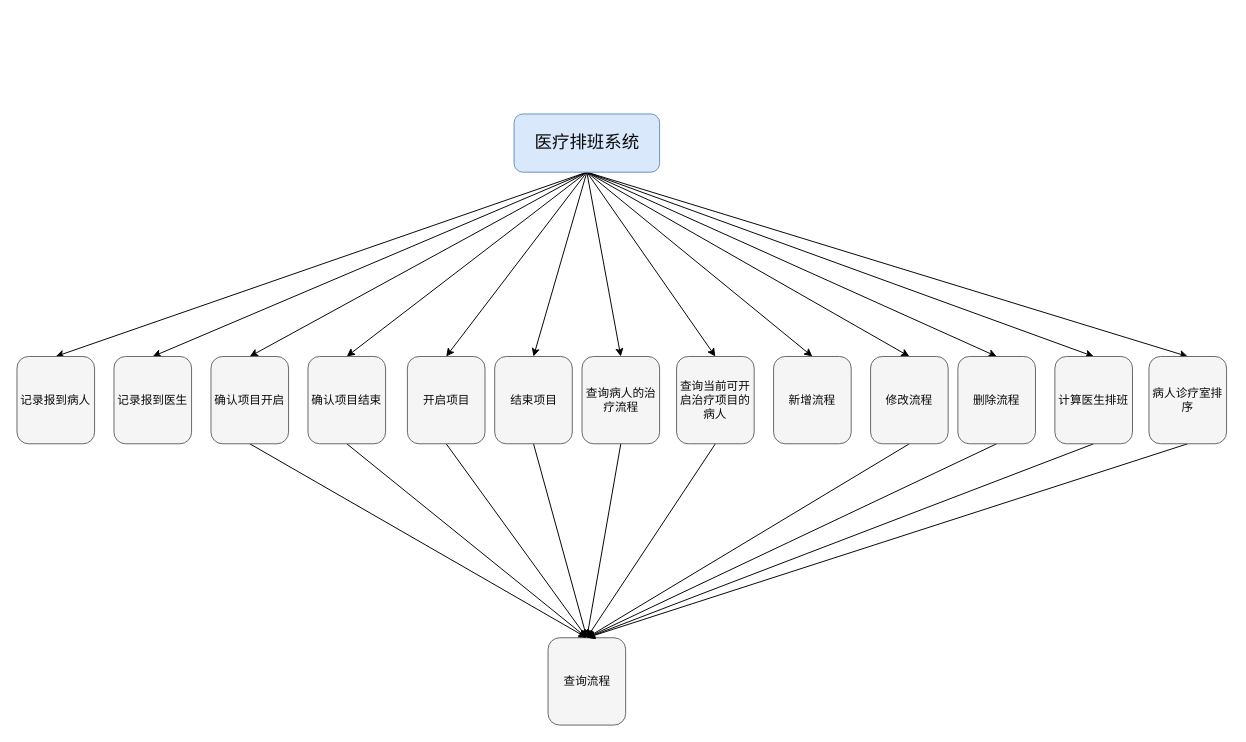
Earlier version of the draw.io diagram 软件结构图.drawio (Blouse-Quin/Time-Allocation-Platform). Source tidied: cells renumbered, new cells numbered last; positions are measured from the earlier drawing's top-left corner, leaving out a move shared by most shapes. Both pictures are drawn from the tidied source at 97%, with x=0, y=0 at pixel (16, 113).
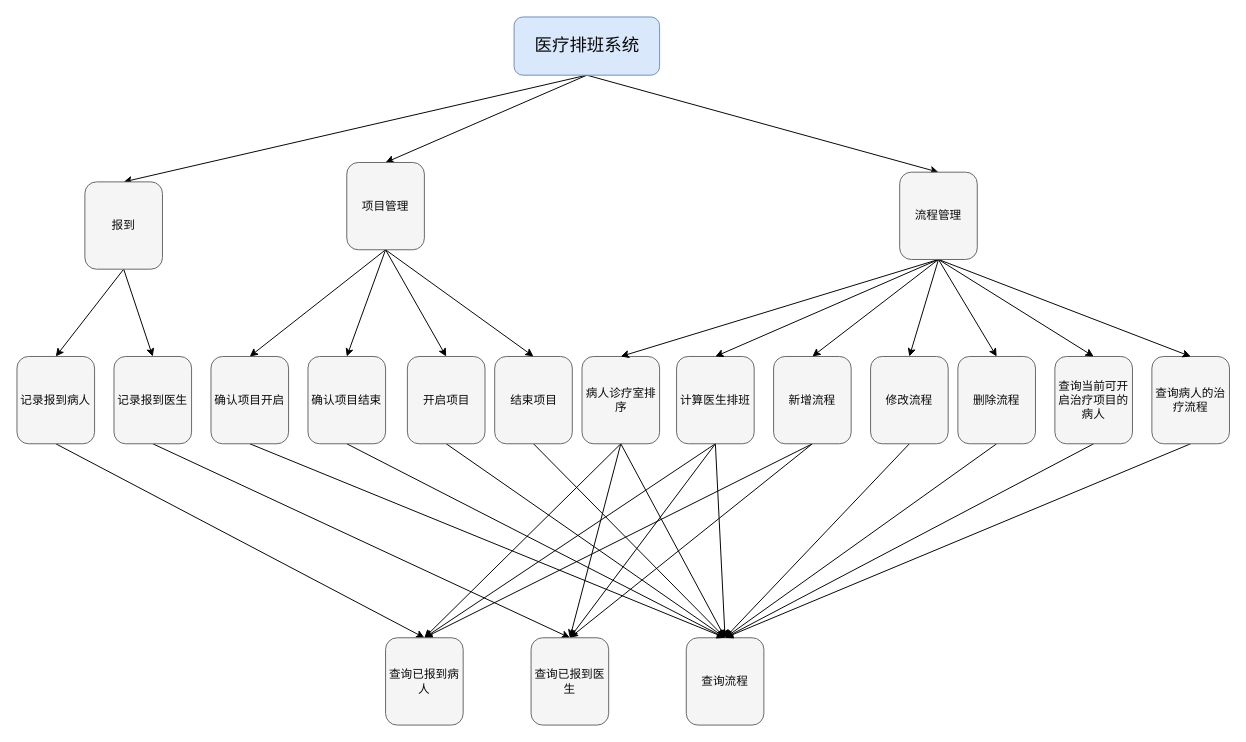
Above is the later version.

Commit message:
修改软件结构图

Unchanged cells that the change refers to:
```xml
<mxCell id="17" value="新增流程" style="rounded=1;whiteSpace=wrap;html=1;fontColor=#0a0a0a;rotation=0;fillColor=#f5f5f5;strokeColor=#666666;" parent="1" vertex="1">
  <mxGeometry x="780" y="250" width="80" height="90" as="geometry" />
</mxCell>
<mxCell id="19" value="修改流程" style="rounded=1;whiteSpace=wrap;html=1;fontColor=#0a0a0a;rotation=0;fillColor=#f5f5f5;strokeColor=#666666;" parent="1" vertex="1">
  <mxGeometry x="880" y="250" width="80" height="90" as="geometry" />
</mxCell>
<mxCell id="20" value="记录报到病人" style="rounded=1;whiteSpace=wrap;html=1;fontColor=#0a0a0a;rotation=0;fillColor=#f5f5f5;strokeColor=#666666;" parent="1" vertex="1">
  <mxGeometry y="250" width="80" height="90" as="geometry" />
</mxCell>
<mxCell id="21" value="记录报到医生" style="rounded=1;whiteSpace=wrap;html=1;fontColor=#0a0a0a;rotation=0;fillColor=#f5f5f5;strokeColor=#666666;" parent="1" vertex="1">
  <mxGeometry x="100" y="250" width="80" height="90" as="geometry" />
</mxCell>
<mxCell id="25" value="确认项目结束" style="rounded=1;whiteSpace=wrap;html=1;fontColor=#0a0a0a;rotation=0;fillColor=#f5f5f5;strokeColor=#666666;" parent="1" vertex="1">
  <mxGeometry x="300" y="250" width="80" height="90" as="geometry" />
</mxCell>
<mxCell id="27" value="确认项目开启" style="rounded=1;whiteSpace=wrap;html=1;fontColor=#0a0a0a;rotation=0;fillColor=#f5f5f5;strokeColor=#666666;" parent="1" vertex="1">
  <mxGeometry x="200" y="250" width="80" height="90" as="geometry" />
</mxCell>
<mxCell id="31" value="结束项目" style="rounded=1;whiteSpace=wrap;html=1;fontColor=#0a0a0a;rotation=0;fillColor=#f5f5f5;strokeColor=#666666;" parent="1" vertex="1">
  <mxGeometry x="492.5" y="250" width="80" height="90" as="geometry" />
</mxCell>
<mxCell id="33" value="开启项目" style="rounded=1;whiteSpace=wrap;html=1;fontColor=#0a0a0a;rotation=0;fillColor=#f5f5f5;strokeColor=#666666;" parent="1" vertex="1">
  <mxGeometry x="402.5" y="250" width="80" height="90" as="geometry" />
</mxCell>
<mxCell id="39" value="删除流程" style="rounded=1;whiteSpace=wrap;html=1;fontColor=#0a0a0a;rotation=0;fillColor=#f5f5f5;strokeColor=#666666;" parent="1" vertex="1">
  <mxGeometry x="970" y="250" width="80" height="90" as="geometry" />
</mxCell>
```

Change to the diagram source:
```diff
@@
-    <mxCell id="2" style="edgeStyle=none;html=1;exitX=1;exitY=0.5;exitDx=0;exitDy=0;entryX=0.5;entryY=0;entryDx=0;entryDy=0;" parent="1" edge="1" source="15" target="20">
-      <mxGeometry relative="1" as="geometry" />
-    </mxCell>
-    <mxCell id="3" style="edgeStyle=none;html=1;exitX=1;exitY=0.5;exitDx=0;exitDy=0;entryX=0.5;entryY=0;entryDx=0;entryDy=0;" parent="1" edge="1" source="15" target="21">
-      <mxGeometry relative="1" as="geometry" />
-    </mxCell>
-    <mxCell id="4" style="edgeStyle=none;html=1;exitX=1;exitY=0.5;exitDx=0;exitDy=0;entryX=0.5;entryY=0;entryDx=0;entryDy=0;" parent="1" edge="1" source="15" target="27">
-      <mxGeometry relative="1" as="geometry" />
-    </mxCell>
-    <mxCell id="5" style="edgeStyle=none;html=1;exitX=1;exitY=0.5;exitDx=0;exitDy=0;entryX=0.5;entryY=0;entryDx=0;entryDy=0;" parent="1" edge="1" source="15" target="25">
-      <mxGeometry relative="1" as="geometry" />
-    </mxCell>
-    <mxCell id="6" style="edgeStyle=none;html=1;exitX=1;exitY=0.5;exitDx=0;exitDy=0;entryX=0.5;entryY=0;entryDx=0;entryDy=0;" parent="1" edge="1" source="15" target="33">
-      <mxGeometry relative="1" as="geometry" />
-    </mxCell>
-    <mxCell id="7" style="edgeStyle=none;html=1;exitX=1;exitY=0.5;exitDx=0;exitDy=0;entryX=0.5;entryY=0;entryDx=0;entryDy=0;" parent="1" edge="1" source="15" target="31">
-      <mxGeometry relative="1" as="geometry" />
-    </mxCell>
-    <mxCell id="8" style="edgeStyle=none;html=1;exitX=1;exitY=0.5;exitDx=0;exitDy=0;entryX=0.5;entryY=0;entryDx=0;entryDy=0;" parent="1" edge="1" source="15" target="35">
-      <mxGeometry relative="1" as="geometry" />
-    </mxCell>
-    <mxCell id="9" style="edgeStyle=none;html=1;exitX=1;exitY=0.5;exitDx=0;exitDy=0;entryX=0.5;entryY=0;entryDx=0;entryDy=0;" parent="1" edge="1" source="15" target="37">
-      <mxGeometry relative="1" as="geometry" />
-    </mxCell>
-    <mxCell id="10" style="edgeStyle=none;html=1;exitX=1;exitY=0.5;exitDx=0;exitDy=0;entryX=0.5;entryY=0;entryDx=0;entryDy=0;" parent="1" edge="1" source="15" target="17">
-      <mxGeometry relative="1" as="geometry" />
-    </mxCell>
-    <mxCell id="11" style="edgeStyle=none;html=1;exitX=1;exitY=0.5;exitDx=0;exitDy=0;entryX=0.5;entryY=0;entryDx=0;entryDy=0;" parent="1" edge="1" source="15" target="19">
-      <mxGeometry relative="1" as="geometry" />
-    </mxCell>
-    <mxCell id="12" style="edgeStyle=none;html=1;exitX=1;exitY=0.5;exitDx=0;exitDy=0;entryX=0.5;entryY=0;entryDx=0;entryDy=0;" parent="1" edge="1" source="15" target="39">
-      <mxGeometry relative="1" as="geometry" />
-    </mxCell>
-    <mxCell id="13" style="edgeStyle=none;html=1;exitX=1;exitY=0.5;exitDx=0;exitDy=0;entryX=0.5;entryY=0;entryDx=0;entryDy=0;" parent="1" edge="1" source="15" target="23">
-      <mxGeometry relative="1" as="geometry" />
-    </mxCell>
-    <mxCell id="14" style="edgeStyle=none;html=1;exitX=1;exitY=0.5;exitDx=0;exitDy=0;entryX=0.5;entryY=0;entryDx=0;entryDy=0;" parent="1" edge="1" source="15" target="29">
-      <mxGeometry relative="1" as="geometry" />
-    </mxCell>
+    <mxCell id="40" style="edgeStyle=none;html=1;exitX=1;exitY=0.5;exitDx=0;exitDy=0;entryX=0.5;entryY=0;entryDx=0;entryDy=0;" parent="1" edge="1" source="15" target="65">
+      <mxGeometry relative="1" as="geometry" />
+    </mxCell>
+    <mxCell id="41" style="edgeStyle=none;html=1;exitX=1;exitY=0.5;exitDx=0;exitDy=0;entryX=0.5;entryY=0;entryDx=0;entryDy=0;" parent="1" edge="1" source="15" target="60">
+      <mxGeometry relative="1" as="geometry" />
+    </mxCell>
+    <mxCell id="42" style="edgeStyle=none;html=1;exitX=1;exitY=0.5;exitDx=0;exitDy=0;entryX=0.5;entryY=0;entryDx=0;entryDy=0;" parent="1" edge="1" source="15" target="68">
+      <mxGeometry relative="1" as="geometry" />
+    </mxCell>
     <mxCell id="15" value="&lt;font style=&quot;font-size: 18px;&quot;&gt;医疗排班系统&lt;/font&gt;" style="rounded=1;whiteSpace=wrap;html=1;fillColor=#dae8fc;strokeColor=#6c8ebf;direction=south;fontColor=#0a0a0a;" parent="1" vertex="1">
-      <mxGeometry x="512.5" width="150" height="60" as="geometry" />
+      <mxGeometry x="512.5" y="-100" width="150" height="60" as="geometry" />
     </mxCell>
     <mxCell id="16" value="查询流程" style="rounded=1;whiteSpace=wrap;html=1;fontColor=#0a0a0a;rotation=0;fillColor=#f5f5f5;strokeColor=#666666;" parent="1" vertex="1">
-      <mxGeometry x="547.5" y="540" width="80" height="90" as="geometry" />
+      <mxGeometry x="690" y="540" width="80" height="90" as="geometry" />
     </mxCell>
+    <mxCell id="43" style="edgeStyle=none;html=1;exitX=0.5;exitY=1;exitDx=0;exitDy=0;entryX=0.5;entryY=0;entryDx=0;entryDy=0;" parent="1" edge="1" source="17" target="51">
+      <mxGeometry relative="1" as="geometry" />
+    </mxCell>
+    <mxCell id="44" style="edgeStyle=none;html=1;exitX=0.5;exitY=1;exitDx=0;exitDy=0;entryX=0.5;entryY=0;entryDx=0;entryDy=0;" parent="1" edge="1" source="17" target="52">
+      <mxGeometry relative="1" as="geometry" />
+    </mxCell>
@@
+    <mxCell id="45" style="edgeStyle=none;html=1;exitX=0.5;exitY=1;exitDx=0;exitDy=0;entryX=0.5;entryY=0;entryDx=0;entryDy=0;" parent="1" edge="1" source="20" target="51">
+      <mxGeometry relative="1" as="geometry" />
+    </mxCell>
@@
+    <mxCell id="46" style="edgeStyle=none;html=1;exitX=0.5;exitY=1;exitDx=0;exitDy=0;entryX=0.5;entryY=0;entryDx=0;entryDy=0;" parent="1" edge="1" source="21" target="52">
+      <mxGeometry relative="1" as="geometry" />
+    </mxCell>
@@
+    <mxCell id="47" style="edgeStyle=none;html=1;exitX=0.5;exitY=1;exitDx=0;exitDy=0;entryX=0.5;entryY=0;entryDx=0;entryDy=0;" parent="1" edge="1" source="23" target="51">
+      <mxGeometry relative="1" as="geometry" />
+    </mxCell>
+    <mxCell id="48" style="edgeStyle=none;html=1;exitX=0.5;exitY=1;exitDx=0;exitDy=0;entryX=0.5;entryY=0;entryDx=0;entryDy=0;" parent="1" edge="1" source="23" target="52">
+      <mxGeometry relative="1" as="geometry" />
+    </mxCell>
     <mxCell id="23" value="计算医生排班" style="rounded=1;whiteSpace=wrap;html=1;fontColor=#0a0a0a;rotation=0;fillColor=#f5f5f5;strokeColor=#666666;" parent="1" vertex="1">
-      <mxGeometry x="1070" y="250" width="80" height="90" as="geometry" />
+      <mxGeometry x="680" y="250" width="80" height="90" as="geometry" />
     </mxCell>
@@
+    <mxCell id="49" style="edgeStyle=none;html=1;exitX=0.5;exitY=1;exitDx=0;exitDy=0;entryX=0.5;entryY=0;entryDx=0;entryDy=0;" parent="1" edge="1" source="29" target="51">
+      <mxGeometry relative="1" as="geometry" />
+    </mxCell>
+    <mxCell id="50" style="edgeStyle=none;html=1;exitX=0.5;exitY=1;exitDx=0;exitDy=0;entryX=0.5;entryY=0;entryDx=0;entryDy=0;" parent="1" edge="1" source="29" target="52">
+      <mxGeometry relative="1" as="geometry" />
+    </mxCell>
     <mxCell id="29" value="病人诊疗室排序" style="rounded=1;whiteSpace=wrap;html=1;fontColor=#0a0a0a;rotation=0;fillColor=#f5f5f5;strokeColor=#666666;" parent="1" vertex="1">
-      <mxGeometry x="1167" y="250" width="80" height="90" as="geometry" />
+      <mxGeometry x="582.5" y="250" width="80" height="90" as="geometry" />
     </mxCell>
@@
     <mxCell id="35" value="查询病人的治疗流程" style="rounded=1;whiteSpace=wrap;html=1;fontColor=#0a0a0a;rotation=0;fillColor=#f5f5f5;strokeColor=#666666;" parent="1" vertex="1">
-      <mxGeometry x="582.5" y="250" width="80" height="90" as="geometry" />
+      <mxGeometry x="1170" y="250" width="80" height="90" as="geometry" />
     </mxCell>
@@
     <mxCell id="37" value="查询当前可开启治疗项目的病人" style="rounded=1;whiteSpace=wrap;html=1;fontColor=#0a0a0a;rotation=0;fillColor=#f5f5f5;strokeColor=#666666;" parent="1" vertex="1">
-      <mxGeometry x="680" y="250" width="80" height="90" as="geometry" />
+      <mxGeometry x="1070" y="250" width="80" height="90" as="geometry" />
     </mxCell>
@@
+    <mxCell id="51" value="查询已报到病人" style="rounded=1;whiteSpace=wrap;html=1;fontColor=#0a0a0a;rotation=0;fillColor=#f5f5f5;strokeColor=#666666;" parent="1" vertex="1">
+      <mxGeometry x="380" y="540" width="80" height="90" as="geometry" />
+    </mxCell>
+    <mxCell id="52" value="查询已报到医生" style="rounded=1;whiteSpace=wrap;html=1;fontColor=#0a0a0a;rotation=0;fillColor=#f5f5f5;strokeColor=#666666;" parent="1" vertex="1">
+      <mxGeometry x="530" y="540" width="80" height="90" as="geometry" />
+    </mxCell>
+    <mxCell id="53" style="edgeStyle=none;html=1;exitX=0.5;exitY=1;exitDx=0;exitDy=0;entryX=0.5;entryY=0;entryDx=0;entryDy=0;" parent="1" edge="1" source="60" target="17">
+      <mxGeometry relative="1" as="geometry" />
+    </mxCell>
+    <mxCell id="54" style="edgeStyle=none;html=1;exitX=0.5;exitY=1;exitDx=0;exitDy=0;entryX=0.5;entryY=0;entryDx=0;entryDy=0;" parent="1" edge="1" source="60" target="19">
+      <mxGeometry relative="1" as="geometry" />
+    </mxCell>
+    <mxCell id="55" style="edgeStyle=none;html=1;exitX=0.5;exitY=1;exitDx=0;exitDy=0;entryX=0.5;entryY=0;entryDx=0;entryDy=0;" parent="1" edge="1" source="60" target="39">
+      <mxGeometry relative="1" as="geometry" />
+    </mxCell>
+    <mxCell id="56" style="edgeStyle=none;html=1;exitX=0.5;exitY=1;exitDx=0;exitDy=0;entryX=0.5;entryY=0;entryDx=0;entryDy=0;" parent="1" edge="1" source="60" target="35">
+      <mxGeometry relative="1" as="geometry" />
+    </mxCell>
+    <mxCell id="57" style="edgeStyle=none;html=1;exitX=0.5;exitY=1;exitDx=0;exitDy=0;entryX=0.5;entryY=0;entryDx=0;entryDy=0;" parent="1" edge="1" source="60" target="37">
+      <mxGeometry relative="1" as="geometry" />
+    </mxCell>
+    <mxCell id="58" style="edgeStyle=none;html=1;exitX=0.5;exitY=1;exitDx=0;exitDy=0;entryX=0.5;entryY=0;entryDx=0;entryDy=0;" parent="1" edge="1" source="60" target="23">
+      <mxGeometry relative="1" as="geometry" />
+    </mxCell>
+    <mxCell id="59" style="edgeStyle=none;html=1;exitX=0.5;exitY=1;exitDx=0;exitDy=0;entryX=0.5;entryY=0;entryDx=0;entryDy=0;" parent="1" edge="1" source="60" target="29">
+      <mxGeometry relative="1" as="geometry" />
+    </mxCell>
+    <mxCell id="60" value="流程管理" style="rounded=1;whiteSpace=wrap;html=1;fontColor=#0a0a0a;rotation=0;fillColor=#f5f5f5;strokeColor=#666666;" parent="1" vertex="1">
+      <mxGeometry x="910" y="60" width="80" height="90" as="geometry" />
+    </mxCell>
+    <mxCell id="61" style="edgeStyle=none;html=1;exitX=0.5;exitY=1;exitDx=0;exitDy=0;entryX=0.5;entryY=0;entryDx=0;entryDy=0;" parent="1" edge="1" source="65" target="27">
+      <mxGeometry relative="1" as="geometry" />
+    </mxCell>
+    <mxCell id="62" style="edgeStyle=none;html=1;exitX=0.5;exitY=1;exitDx=0;exitDy=0;entryX=0.5;entryY=0;entryDx=0;entryDy=0;" parent="1" edge="1" source="65" target="25">
+      <mxGeometry relative="1" as="geometry" />
+    </mxCell>
+    <mxCell id="63" style="edgeStyle=none;html=1;exitX=0.5;exitY=1;exitDx=0;exitDy=0;entryX=0.5;entryY=0;entryDx=0;entryDy=0;" parent="1" edge="1" source="65" target="33">
+      <mxGeometry relative="1" as="geometry" />
+    </mxCell>
+    <mxCell id="64" style="edgeStyle=none;html=1;exitX=0.5;exitY=1;exitDx=0;exitDy=0;entryX=0.5;entryY=0;entryDx=0;entryDy=0;" parent="1" edge="1" source="65" target="31">
+      <mxGeometry relative="1" as="geometry" />
+    </mxCell>
+    <mxCell id="65" value="项目管理" style="rounded=1;whiteSpace=wrap;html=1;fontColor=#0a0a0a;rotation=0;fillColor=#f5f5f5;strokeColor=#666666;" parent="1" vertex="1">
+      <mxGeometry x="340" y="50" width="80" height="90" as="geometry" />
+    </mxCell>
+    <mxCell id="66" style="edgeStyle=none;html=1;exitX=0.5;exitY=1;exitDx=0;exitDy=0;entryX=0.5;entryY=0;entryDx=0;entryDy=0;" parent="1" edge="1" source="68" target="20">
+      <mxGeometry relative="1" as="geometry" />
+    </mxCell>
+    <mxCell id="67" style="edgeStyle=none;html=1;exitX=0.5;exitY=1;exitDx=0;exitDy=0;entryX=0.5;entryY=0;entryDx=0;entryDy=0;" parent="1" edge="1" source="68" target="21">
+      <mxGeometry relative="1" as="geometry" />
+    </mxCell>
+    <mxCell id="68" value="报到" style="rounded=1;whiteSpace=wrap;html=1;fontColor=#0a0a0a;rotation=0;fillColor=#f5f5f5;strokeColor=#666666;" parent="1" vertex="1">
+      <mxGeometry x="70" y="70" width="80" height="90" as="geometry" />
+    </mxCell>
```
